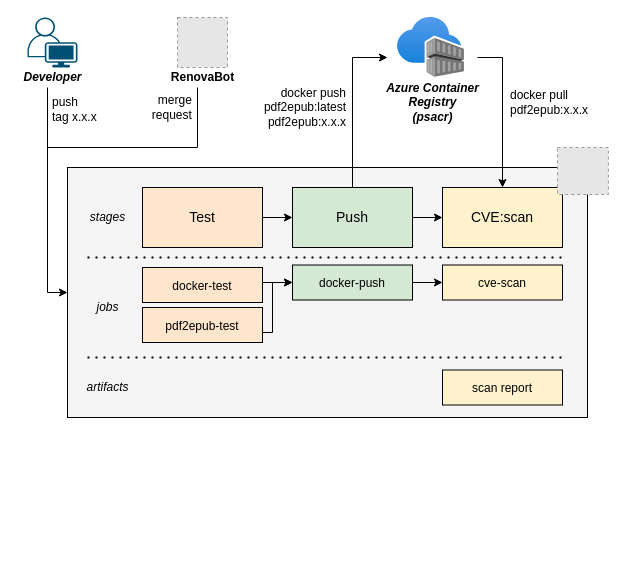
Earlier version of the draw.io diagram page "6-pdf2epub" (3 of 19) of tesi.drawio (paganellif/tesi-paganelli). Source tidied: cells renumbered, new cells numbered last; positions are measured from the earlier drawing's top-left corner, leaving out a move shared by most shapes. Both pictures are drawn from the tidied source at 100%, with x=0, y=0 at pixel (17, 17). Pictures stored in the file or linked from it are replaced by grey dashed boxes.
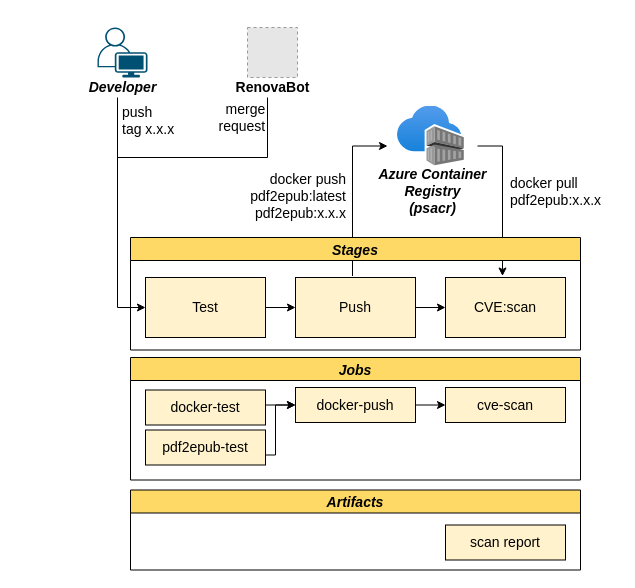
After the change.

The edit, as a diff of the source:
```diff
@@
-    <mxCell id="2" style="rounded=0;whiteSpace=wrap;html=1;fontSize=14;fillColor=#f5f5f5;fontColor=#333333;strokeColor=#000000;" parent="1" vertex="1">
-      <mxGeometry x="50" y="150" width="520" height="250" as="geometry" />
-    </mxCell>
-    <mxCell id="3" style="edgeStyle=orthogonalEdgeStyle;rounded=0;orthogonalLoop=1;jettySize=auto;html=1;strokeColor=#000000;" parent="1" edge="1">
-      <mxGeometry relative="1" as="geometry">
-        <mxPoint x="245" y="200" as="sourcePoint" />
-        <mxPoint x="275" y="200" as="targetPoint" />
-      </mxGeometry>
-    </mxCell>
-    <mxCell id="4" style="edgeStyle=orthogonalEdgeStyle;rounded=0;orthogonalLoop=1;jettySize=auto;html=1;strokeColor=#000000;" parent="1" edge="1">
-      <mxGeometry relative="1" as="geometry">
-        <mxPoint x="395" y="200" as="sourcePoint" />
-        <mxPoint x="425" y="200" as="targetPoint" />
-      </mxGeometry>
-    </mxCell>
-    <mxCell id="5" style="edgeStyle=orthogonalEdgeStyle;rounded=0;orthogonalLoop=1;jettySize=auto;html=1;" parent="1" edge="1">
+    <mxCell id="5" style="edgeStyle=orthogonalEdgeStyle;rounded=0;orthogonalLoop=1;jettySize=auto;html=1;fontSize=14;" parent="1" edge="1">
       <mxGeometry relative="1" as="geometry">
-        <mxPoint x="335" y="170" as="sourcePoint" />
-        <mxPoint x="370" y="40" as="targetPoint" />
+        <mxPoint x="335" y="258.5" as="sourcePoint" />
+        <mxPoint x="370" y="128.5" as="targetPoint" />
         <Array as="points">
-          <mxPoint x="335" y="40" />
+          <mxPoint x="335" y="128.5" />
         </Array>
       </mxGeometry>
     </mxCell>
-    <mxCell id="6" style="edgeStyle=orthogonalEdgeStyle;rounded=0;orthogonalLoop=1;jettySize=auto;html=1;" parent="1" edge="1">
+    <mxCell id="6" style="edgeStyle=orthogonalEdgeStyle;rounded=0;orthogonalLoop=1;jettySize=auto;html=1;fontSize=14;" parent="1" edge="1">
       <mxGeometry relative="1" as="geometry">
-        <mxPoint x="460" y="40" as="sourcePoint" />
-        <mxPoint x="485" y="170" as="targetPoint" />
+        <mxPoint x="460" y="128.5" as="sourcePoint" />
+        <mxPoint x="485" y="258.5" as="targetPoint" />
         <Array as="points">
-          <mxPoint x="485" y="40" />
+          <mxPoint x="485" y="128.5" />
         </Array>
       </mxGeometry>
     </mxCell>
-    <mxCell id="7" style="endArrow=none;dashed=1;html=1;dashPattern=1 3;strokeWidth=2;rounded=0;" parent="1" edge="1">
-      <mxGeometry relative="1" as="geometry">
-        <mxPoint x="70" y="240" as="sourcePoint" />
-        <mxPoint x="545" y="240" as="targetPoint" />
-      </mxGeometry>
-    </mxCell>
-    <mxCell id="8" style="edgeStyle=orthogonalEdgeStyle;rounded=0;orthogonalLoop=1;jettySize=auto;html=1;strokeColor=#000000;" parent="1" edge="1">
+    <mxCell id="8" style="edgeStyle=orthogonalEdgeStyle;rounded=0;orthogonalLoop=1;jettySize=auto;html=1;strokeColor=#000000;fontSize=14;" parent="1" edge="1">
       <mxGeometry relative="1" as="geometry">
-        <mxPoint x="245" y="315" as="sourcePoint" />
-        <mxPoint x="275" y="265" as="targetPoint" />
+        <mxPoint x="248" y="437.5" as="sourcePoint" />
+        <mxPoint x="278" y="387.5" as="targetPoint" />
         <Array as="points">
-          <mxPoint x="255" y="315" />
-          <mxPoint x="255" y="265" />
+          <mxPoint x="258" y="437.5" />
+          <mxPoint x="258" y="387.5" />
         </Array>
       </mxGeometry>
     </mxCell>
-    <mxCell id="9" style="edgeStyle=orthogonalEdgeStyle;rounded=0;orthogonalLoop=1;jettySize=auto;html=1;strokeColor=#000000;" parent="1" edge="1">
+    <mxCell id="9" style="edgeStyle=orthogonalEdgeStyle;rounded=0;orthogonalLoop=1;jettySize=auto;html=1;strokeColor=#000000;fontSize=14;" parent="1" edge="1">
       <mxGeometry relative="1" as="geometry">
-        <mxPoint x="395" y="265" as="sourcePoint" />
-        <mxPoint x="425" y="265" as="targetPoint" />
+        <mxPoint x="398" y="387.5" as="sourcePoint" />
+        <mxPoint x="428" y="387.5" as="targetPoint" />
       </mxGeometry>
     </mxCell>
-    <mxCell id="10" style="edgeStyle=orthogonalEdgeStyle;rounded=0;orthogonalLoop=1;jettySize=auto;html=1;strokeColor=#000000;" parent="1" edge="1">
+    <mxCell id="10" style="edgeStyle=orthogonalEdgeStyle;rounded=0;orthogonalLoop=1;jettySize=auto;html=1;strokeColor=#000000;fontSize=14;" parent="1" edge="1">
       <mxGeometry relative="1" as="geometry">
-        <mxPoint x="245" y="265" as="sourcePoint" />
-        <mxPoint x="275" y="265" as="targetPoint" />
+        <mxPoint x="248" y="387.5" as="sourcePoint" />
+        <mxPoint x="278" y="387.5" as="targetPoint" />
       </mxGeometry>
     </mxCell>
-    <mxCell id="11" style="endArrow=none;dashed=1;html=1;dashPattern=1 3;strokeWidth=2;rounded=0;" parent="1" edge="1">
-      <mxGeometry relative="1" as="geometry">
-        <mxPoint x="70" y="340" as="sourcePoint" />
-        <mxPoint x="545" y="340" as="targetPoint" />
-      </mxGeometry>
-    </mxCell>
-    <mxCell id="12" value="&lt;i&gt;stages&lt;/i&gt;" style="text;html=1;align=center;verticalAlign=middle;strokeColor=none;fillColor=none;" parent="1" vertex="1">
-      <mxGeometry x="65" y="190" width="50" height="20" as="geometry" />
-    </mxCell>
-    <mxCell id="13" value="&lt;i&gt;jobs&lt;/i&gt;" style="text;html=1;align=center;verticalAlign=middle;strokeColor=none;fillColor=none;" parent="1" vertex="1">
-      <mxGeometry x="70" y="280" width="40" height="20" as="geometry" />
-    </mxCell>
-    <mxCell id="14" value="&lt;i&gt;artifacts&lt;/i&gt;" style="text;html=1;align=center;verticalAlign=middle;strokeColor=none;fillColor=none;" parent="1" vertex="1">
-      <mxGeometry x="60" y="360" width="60" height="20" as="geometry" />
-    </mxCell>
-    <mxCell id="15" style="edgeStyle=orthogonalEdgeStyle;rounded=0;orthogonalLoop=1;jettySize=auto;html=1;" parent="1" edge="1">
+    <mxCell id="15" style="edgeStyle=orthogonalEdgeStyle;rounded=0;jettySize=auto;html=1;fontSize=14;entryX=0;entryY=0.5;entryDx=0;entryDy=0;" parent="1" edge="1" target="27">
       <mxGeometry relative="1" as="geometry">
-        <mxPoint x="30" y="70" as="sourcePoint" />
-        <mxPoint x="50" y="275" as="targetPoint" />
+        <mxPoint x="100" y="80" as="sourcePoint" />
         <Array as="points">
-          <mxPoint x="30" y="275" />
+          <mxPoint x="100" y="290" />
         </Array>
       </mxGeometry>
     </mxCell>
-    <mxCell id="16" style="verticalLabelPosition=bottom;sketch=0;html=1;verticalAlign=top;align=center;shape=mxgraph.cisco19.user;fillColor=#005073;strokeColor=none;dashed=1;" parent="1" vertex="1">
-      <mxGeometry x="10" width="50" height="50" as="geometry" />
+    <mxCell id="16" style="verticalLabelPosition=bottom;sketch=0;html=1;verticalAlign=top;align=center;shape=mxgraph.cisco19.user;fillColor=#005073;strokeColor=none;dashed=1;fontSize=14;" parent="1" vertex="1">
+      <mxGeometry x="80" y="10" width="50" height="50" as="geometry" />
     </mxCell>
-    <mxCell id="17" value="&lt;br&gt;push &lt;br&gt;tag x.x.x" style="text;html=1;align=left;verticalAlign=middle;strokeColor=none;fillColor=none;" parent="1" vertex="1">
-      <mxGeometry x="33" y="60" width="60" height="50" as="geometry" />
+    <mxCell id="17" value="&lt;br style=&quot;font-size: 14px;&quot;&gt;push &lt;br style=&quot;font-size: 14px;&quot;&gt;tag x.x.x" style="text;html=1;align=left;verticalAlign=middle;strokeColor=none;fillColor=none;fontSize=14;" parent="1" vertex="1">
+      <mxGeometry x="103" y="65" width="80" height="60" as="geometry" />
     </mxCell>
-    <mxCell id="18" style="html=1;align=center;image;fontSize=12;image=img/lib/azure2/containers/Container_Registries.svg;dashed=1;fillColor=none;" parent="1" vertex="1">
-      <mxGeometry x="380" width="66.9" height="60" as="geometry" />
+    <mxCell id="18" style="html=1;align=center;image;fontSize=14;image=img/lib/azure2/containers/Container_Registries.svg;dashed=1;fillColor=none;" parent="1" vertex="1">
+      <mxGeometry x="380" y="88.5" width="66.9" height="60" as="geometry" />
     </mxCell>
-    <mxCell id="19" value="&lt;b&gt;&lt;i&gt;Developer&lt;/i&gt;&lt;/b&gt;" style="text;html=1;align=center;verticalAlign=middle;strokeColor=none;fillColor=none;" parent="1" vertex="1">
-      <mxGeometry y="50" width="70" height="20" as="geometry" />
+    <mxCell id="19" value="&lt;b style=&quot;font-size: 14px;&quot;&gt;&lt;i style=&quot;font-size: 14px;&quot;&gt;Developer&lt;/i&gt;&lt;/b&gt;" style="text;html=1;align=center;verticalAlign=middle;strokeColor=none;fillColor=none;fontSize=14;" parent="1" vertex="1">
+      <mxGeometry x="60" y="55" width="90" height="30" as="geometry" />
     </mxCell>
-    <mxCell id="20" value="&lt;b&gt;&lt;i&gt;Azure Container &lt;br&gt;Registry&lt;br&gt;(psacr)&lt;br&gt;&lt;/i&gt;&lt;/b&gt;" style="text;html=1;align=center;verticalAlign=middle;strokeColor=none;fillColor=none;" parent="1" vertex="1">
-      <mxGeometry x="360" y="60" width="110" height="50" as="geometry" />
+    <mxCell id="20" value="&lt;b style=&quot;font-size: 14px;&quot;&gt;&lt;i style=&quot;font-size: 14px;&quot;&gt;Azure Container &lt;br style=&quot;font-size: 14px;&quot;&gt;Registry&lt;br style=&quot;font-size: 14px;&quot;&gt;(psacr)&lt;br style=&quot;font-size: 14px;&quot;&gt;&lt;/i&gt;&lt;/b&gt;" style="text;html=1;align=center;verticalAlign=middle;strokeColor=none;fillColor=none;fontSize=14;" parent="1" vertex="1">
+      <mxGeometry x="350" y="143.5" width="130" height="60" as="geometry" />
     </mxCell>
-    <mxCell id="21" value="docker push&lt;br&gt;pdf2epub:latest&lt;br&gt;pdf2epub:x.x.x" style="text;html=1;align=right;verticalAlign=middle;strokeColor=none;fillColor=none;" parent="1" vertex="1">
-      <mxGeometry x="220" y="60" width="110" height="60" as="geometry" />
+    <mxCell id="21" value="docker push&lt;br style=&quot;font-size: 14px;&quot;&gt;pdf2epub:latest&lt;br style=&quot;font-size: 14px;&quot;&gt;pdf2epub:x.x.x" style="text;html=1;align=right;verticalAlign=middle;strokeColor=none;fillColor=none;fontSize=14;" parent="1" vertex="1">
+      <mxGeometry x="210" y="148.5" width="120" height="60" as="geometry" />
     </mxCell>
-    <mxCell id="22" value="docker pull &lt;br&gt;pdf2epub:x.x.x" style="text;html=1;align=left;verticalAlign=middle;strokeColor=none;fillColor=none;" parent="1" vertex="1">
-      <mxGeometry x="490.9" y="70" width="90" height="30" as="geometry" />
+    <mxCell id="22" value="docker pull &lt;br style=&quot;font-size: 14px;&quot;&gt;pdf2epub:x.x.x" style="text;html=1;align=left;verticalAlign=middle;strokeColor=none;fillColor=none;fontSize=14;" parent="1" vertex="1">
+      <mxGeometry x="490.9" y="148.5" width="110" height="50" as="geometry" />
     </mxCell>
-    <mxCell id="23" style="fillColor=#E6E6E6;strokeColor=#999999;dashed=1;verticalLabelPosition=bottom;labelBackgroundColor=default;verticalAlign=top;" parent="1" vertex="1">
-      <mxGeometry x="160" width="50" height="50" as="geometry" />
+    <mxCell id="23" style="fillColor=#E6E6E6;strokeColor=#999999;dashed=1;verticalLabelPosition=bottom;labelBackgroundColor=default;verticalAlign=top;fontSize=14;" parent="1" vertex="1">
+      <mxGeometry x="230" y="10" width="50" height="50" as="geometry" />
     </mxCell>
-    <mxCell id="24" value="&lt;b&gt;RenovaBot&lt;/b&gt;" style="text;html=1;align=center;verticalAlign=middle;strokeColor=none;fillColor=none;" parent="1" vertex="1">
-      <mxGeometry x="145" y="50" width="80" height="20" as="geometry" />
+    <mxCell id="24" value="&lt;b style=&quot;font-size: 14px;&quot;&gt;RenovaBot&lt;/b&gt;" style="text;html=1;align=center;verticalAlign=middle;strokeColor=none;fillColor=none;fontSize=14;" parent="1" vertex="1">
+      <mxGeometry x="205" y="55" width="100" height="30" as="geometry" />
     </mxCell>
-    <mxCell id="25" style="edgeStyle=orthogonalEdgeStyle;rounded=0;orthogonalLoop=1;jettySize=auto;html=1;endArrow=none;endFill=0;" parent="1" edge="1">
+    <mxCell id="25" style="edgeStyle=orthogonalEdgeStyle;rounded=0;orthogonalLoop=1;jettySize=auto;html=1;endArrow=none;endFill=0;fontSize=14;" parent="1" edge="1">
       <mxGeometry relative="1" as="geometry">
-        <mxPoint x="180" y="70" as="sourcePoint" />
-        <mxPoint x="30" y="130" as="targetPoint" />
+        <mxPoint x="250" y="80" as="sourcePoint" />
+        <mxPoint x="100" y="140" as="targetPoint" />
         <Array as="points">
-          <mxPoint x="180" y="70" />
-          <mxPoint x="180" y="130" />
+          <mxPoint x="250" y="80" />
+          <mxPoint x="250" y="140" />
         </Array>
       </mxGeometry>
     </mxCell>
-    <mxCell id="26" value="&amp;nbsp; merge&lt;br&gt;&lt;div style=&quot;text-align: right;&quot;&gt;&lt;span style=&quot;background-color: initial;&quot;&gt;request&lt;/span&gt;&lt;/div&gt;" style="text;html=1;align=center;verticalAlign=middle;strokeColor=none;fillColor=none;" parent="1" vertex="1">
-      <mxGeometry x="124" y="75" width="60" height="30" as="geometry" />
+    <mxCell id="26" value="&amp;nbsp; merge&lt;br style=&quot;font-size: 14px;&quot;&gt;&lt;div style=&quot;text-align: right; font-size: 14px;&quot;&gt;&lt;span style=&quot;background-color: initial; font-size: 14px;&quot;&gt;request&lt;/span&gt;&lt;/div&gt;" style="text;html=1;align=center;verticalAlign=middle;strokeColor=none;fillColor=none;fontSize=14;" parent="1" vertex="1">
+      <mxGeometry x="189" y="75" width="70" height="50" as="geometry" />
     </mxCell>
-    <mxCell id="27" value="Test" style="rounded=0;whiteSpace=wrap;html=1;fontSize=14;strokeColor=#000000;fillColor=#ffe6cc;" parent="1" vertex="1">
-      <mxGeometry x="125" y="170" width="120" height="60" as="geometry" />
-    </mxCell>
-    <mxCell id="28" value="Push" style="rounded=0;whiteSpace=wrap;html=1;fontSize=14;strokeColor=#000000;fillColor=#d5e8d4;" parent="1" vertex="1">
-      <mxGeometry x="275" y="170" width="120" height="60" as="geometry" />
-    </mxCell>
-    <mxCell id="29" value="CVE:scan" style="rounded=0;whiteSpace=wrap;html=1;fontSize=14;strokeColor=#000000;fillColor=#fff2cc;" parent="1" vertex="1">
-      <mxGeometry x="425" y="170" width="120" height="60" as="geometry" />
-    </mxCell>
-    <mxCell id="30" style="fillColor=#E6E6E6;strokeColor=#999999;dashed=1;verticalLabelPosition=bottom;labelBackgroundColor=default;verticalAlign=top;" parent="1" vertex="1">
-      <mxGeometry x="540" y="130" width="50.9" height="47" as="geometry" />
-    </mxCell>
-    <mxCell id="31" value="&lt;span style=&quot;font-size: 12px;&quot;&gt;docker-test&lt;/span&gt;" style="rounded=0;whiteSpace=wrap;html=1;fontSize=14;strokeColor=#000000;fillColor=#ffe6cc;" parent="1" vertex="1">
-      <mxGeometry x="125" y="250" width="120" height="35" as="geometry" />
+    <mxCell id="31" value="&lt;span style=&quot;font-size: 14px;&quot;&gt;docker-test&lt;/span&gt;" style="rounded=0;whiteSpace=wrap;html=1;fontSize=14;strokeColor=#000000;fillColor=#FFF2CC;" parent="1" vertex="1">
+      <mxGeometry x="128" y="372.5" width="120" height="35" as="geometry" />
     </mxCell>
-    <mxCell id="32" value="&lt;span style=&quot;font-size: 12px;&quot;&gt;pdf2epub-test&lt;/span&gt;" style="rounded=0;whiteSpace=wrap;html=1;fontSize=14;strokeColor=#000000;fillColor=#ffe6cc;" parent="1" vertex="1">
-      <mxGeometry x="125" y="290" width="120" height="35" as="geometry" />
+    <mxCell id="32" value="&lt;span style=&quot;font-size: 14px;&quot;&gt;pdf2epub-test&lt;/span&gt;" style="rounded=0;whiteSpace=wrap;html=1;fontSize=14;strokeColor=#000000;fillColor=#FFF2CC;" parent="1" vertex="1">
+      <mxGeometry x="128" y="412.5" width="120" height="35" as="geometry" />
     </mxCell>
-    <mxCell id="33" value="&lt;span style=&quot;font-size: 12px;&quot;&gt;docker-push&lt;/span&gt;" style="rounded=0;whiteSpace=wrap;html=1;fontSize=14;strokeColor=#000000;fillColor=#d5e8d4;" parent="1" vertex="1">
-      <mxGeometry x="275" y="247.5" width="120" height="35" as="geometry" />
+    <mxCell id="33" value="&lt;span style=&quot;font-size: 14px;&quot;&gt;docker-push&lt;/span&gt;" style="rounded=0;whiteSpace=wrap;html=1;fontSize=14;strokeColor=#000000;fillColor=#FFF2CC;" parent="1" vertex="1">
+      <mxGeometry x="278" y="370" width="120" height="35" as="geometry" />
     </mxCell>
-    <mxCell id="34" value="&lt;span style=&quot;font-size: 12px;&quot;&gt;cve-scan&lt;/span&gt;" style="rounded=0;whiteSpace=wrap;html=1;fontSize=14;strokeColor=#000000;fillColor=#fff2cc;" parent="1" vertex="1">
-      <mxGeometry x="425" y="247.5" width="120" height="35" as="geometry" />
+    <mxCell id="34" value="&lt;span style=&quot;font-size: 14px;&quot;&gt;cve-scan&lt;/span&gt;" style="rounded=0;whiteSpace=wrap;html=1;fontSize=14;strokeColor=#000000;fillColor=#fff2cc;" parent="1" vertex="1">
+      <mxGeometry x="428" y="370" width="120" height="35" as="geometry" />
     </mxCell>
+    <mxCell id="36" value="Artifacts" style="swimlane;strokeColor=#000000;fontSize=14;fillColor=#FFD966;fontStyle=3;startSize=23;" parent="1" vertex="1">
+      <mxGeometry x="113" y="472.5" width="450" height="80" as="geometry" />
+    </mxCell>
-    <mxCell id="35" value="&lt;span style=&quot;font-size: 12px;&quot;&gt;scan report&lt;/span&gt;" style="rounded=0;whiteSpace=wrap;html=1;fontSize=14;strokeColor=#000000;fillColor=#fff2cc;" parent="1" vertex="1">
-      <mxGeometry x="425" y="352.5" width="120" height="35" as="geometry" />
+    <mxCell id="35" value="&lt;span style=&quot;font-size: 14px;&quot;&gt;scan report&lt;/span&gt;" style="rounded=0;whiteSpace=wrap;html=1;fontSize=14;strokeColor=#000000;fillColor=#fff2cc;" parent="36" vertex="1">
+      <mxGeometry x="315" y="35" width="120" height="35" as="geometry" />
     </mxCell>
+    <mxCell id="37" value="Jobs" style="swimlane;strokeColor=#000000;fontSize=14;fillColor=#FFD966;fontStyle=3;startSize=23;" parent="1" vertex="1">
+      <mxGeometry x="113" y="340" width="450" height="122.5" as="geometry" />
+    </mxCell>
+    <mxCell id="38" value="Stages" style="swimlane;strokeColor=#000000;fontSize=14;fillColor=#FFD966;fontStyle=3;startSize=23;" parent="1" vertex="1">
+      <mxGeometry x="113" y="220" width="450" height="112.5" as="geometry" />
+    </mxCell>
+    <mxCell id="29" value="CVE:scan" style="rounded=0;whiteSpace=wrap;html=1;fontSize=14;strokeColor=#000000;fillColor=#fff2cc;" parent="38" vertex="1">
+      <mxGeometry x="315" y="40" width="120" height="60" as="geometry" />
+    </mxCell>
+    <mxCell id="39" style="edgeStyle=orthogonalEdgeStyle;rounded=0;jettySize=auto;html=1;fontSize=14;" parent="38" edge="1" source="28" target="29">
+      <mxGeometry relative="1" as="geometry" />
+    </mxCell>
+    <mxCell id="28" value="Push" style="rounded=0;whiteSpace=wrap;html=1;fontSize=14;strokeColor=#000000;fillColor=#FFF2CC;" parent="38" vertex="1">
+      <mxGeometry x="165" y="40" width="120" height="60" as="geometry" />
+    </mxCell>
+    <mxCell id="40" style="edgeStyle=orthogonalEdgeStyle;rounded=0;jettySize=auto;html=1;fontSize=14;" parent="38" edge="1" source="27" target="28">
+      <mxGeometry relative="1" as="geometry" />
+    </mxCell>
+    <mxCell id="27" value="Test" style="rounded=0;whiteSpace=wrap;html=1;fontSize=14;strokeColor=#000000;fillColor=#FFF2CC;" parent="38" vertex="1">
+      <mxGeometry x="15" y="40" width="120" height="60" as="geometry" />
+    </mxCell>
```
